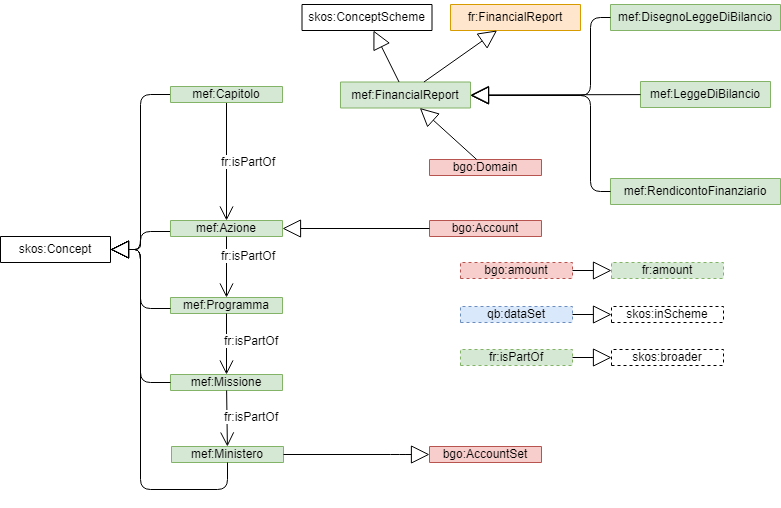
The draw.io diagram fr-ap-mef/uml-diagram.png in g0v-it/data-budget, before a commit. Source tidied: cells renumbered, new cells last; positions are measured from the earlier drawing's top-left corner, leaving out a move shared by most shapes. Source of this version:
```xml
<mxGraphModel>
  <root>
    <mxCell id="0" />
    <mxCell id="1" parent="0" />
    <mxCell id="2" value="mef:FinancialReport" style="swimlane;fontStyle=0;horizontal=1;startSize=26;fillColor=#d5e8d4;swimlaneFillColor=#ffffff;strokeWidth=1;strokeColor=#82b366;" parent="1" vertex="1" collapsed="1">
      <mxGeometry x="340" y="77.5" width="130" height="26" as="geometry" />
    </mxCell>
    <mxCell id="3" style="edgeStyle=orthogonalEdgeStyle;rounded=0;html=1;exitX=1;exitY=0.25;entryX=1;entryY=0.25;jettySize=auto;orthogonalLoop=1;" parent="1" edge="1">
      <mxGeometry relative="1" as="geometry">
        <mxPoint x="104" y="83" as="sourcePoint" />
        <mxPoint x="104" y="83" as="targetPoint" />
      </mxGeometry>
    </mxCell>
    <mxCell id="4" value="skos:Concept" style="swimlane;fontStyle=0;horizontal=1;startSize=26;swimlaneFillColor=#ffffff;" parent="1" vertex="1" collapsed="1">
      <mxGeometry y="232" width="110" height="26" as="geometry" />
    </mxCell>
    <mxCell id="5" style="endArrow=block;endSize=16;endFill=0;html=1;edgeStyle=orthogonalEdgeStyle;" parent="1" edge="1" source="9" target="4">
      <mxGeometry relative="1" as="geometry">
        <Array as="points">
          <mxPoint x="140" y="90" />
          <mxPoint x="140" y="245" />
        </Array>
      </mxGeometry>
    </mxCell>
    <mxCell id="6" style="endArrow=block;endSize=16;endFill=0;html=1;edgeStyle=orthogonalEdgeStyle;" parent="1" edge="1" source="10" target="4">
      <mxGeometry relative="1" as="geometry">
        <Array as="points">
          <mxPoint x="140" y="227" />
          <mxPoint x="140" y="245" />
        </Array>
      </mxGeometry>
    </mxCell>
    <mxCell id="7" style="endArrow=open;endFill=1;endSize=12;html=1;" parent="1" edge="1" source="9" target="10">
      <mxGeometry relative="1" as="geometry" />
    </mxCell>
    <mxCell id="8" value="fr:isPartOf" style="text;html=1;align=center;verticalAlign=middle;labelBackgroundColor=#ffffff;" parent="7" vertex="1">
      <mxGeometry x="0.4" y="-5" relative="1" as="geometry">
        <mxPoint x="26.5" y="-24.5" as="offset" />
      </mxGeometry>
    </mxCell>
    <mxCell id="9" value="mef:Capitolo" style="swimlane;fontStyle=0;horizontal=1;startSize=19;fillColor=#d5e8d4;swimlaneFillColor=#ffffff;strokeColor=#82b366;" parent="1" vertex="1" collapsed="1">
      <mxGeometry x="170" y="82" width="112" height="16" as="geometry" />
    </mxCell>
    <mxCell id="10" value="mef:Azione" style="swimlane;fontStyle=0;horizontal=1;startSize=19;fillColor=#d5e8d4;swimlaneFillColor=#ffffff;strokeColor=#82b366;" parent="1" vertex="1" collapsed="1">
      <mxGeometry x="170" y="216" width="112" height="16" as="geometry" />
    </mxCell>
    <mxCell id="11" value="mef:Programma" style="swimlane;fontStyle=0;horizontal=1;startSize=19;fillColor=#d5e8d4;swimlaneFillColor=#ffffff;strokeColor=#82b366;" parent="1" vertex="1" collapsed="1">
      <mxGeometry x="170" y="293" width="112" height="16" as="geometry" />
    </mxCell>
    <mxCell id="12" value="mef:Missione" style="swimlane;fontStyle=0;horizontal=1;startSize=19;fillColor=#d5e8d4;swimlaneFillColor=#ffffff;strokeColor=#82b366;" parent="1" vertex="1" collapsed="1">
      <mxGeometry x="170" y="370" width="112" height="16" as="geometry" />
    </mxCell>
    <mxCell id="13" value="mef:Ministero" style="swimlane;fontStyle=0;horizontal=1;startSize=19;fillColor=#d5e8d4;swimlaneFillColor=#ffffff;strokeColor=#82b366;" parent="1" vertex="1" collapsed="1">
      <mxGeometry x="171" y="442" width="112" height="16" as="geometry" />
    </mxCell>
    <mxCell id="14" style="endArrow=open;endFill=1;endSize=12;html=1;" parent="1" edge="1" source="10" target="11">
      <mxGeometry relative="1" as="geometry" />
    </mxCell>
    <mxCell id="15" value="fr:isPartOf" style="text;html=1;align=center;verticalAlign=middle;labelBackgroundColor=#ffffff;" parent="14" vertex="1">
      <mxGeometry x="0.4" y="-5" relative="1" as="geometry">
        <mxPoint x="26.5" y="-24.5" as="offset" />
      </mxGeometry>
    </mxCell>
    <mxCell id="16" style="endArrow=open;endFill=1;endSize=12;html=1;" parent="1" edge="1" source="11" target="12">
      <mxGeometry relative="1" as="geometry" />
    </mxCell>
    <mxCell id="17" value="fr:isPartOf" style="text;html=1;align=center;verticalAlign=middle;labelBackgroundColor=#ffffff;" parent="16" vertex="1">
      <mxGeometry x="0.4" y="-5" relative="1" as="geometry">
        <mxPoint x="29" y="-17" as="offset" />
      </mxGeometry>
    </mxCell>
    <mxCell id="18" style="endArrow=open;endFill=1;endSize=12;html=1;" parent="1" edge="1" source="12" target="13">
      <mxGeometry relative="1" as="geometry" />
    </mxCell>
    <mxCell id="19" value="fr:isPartOf" style="text;html=1;align=center;verticalAlign=middle;labelBackgroundColor=#ffffff;" parent="18" vertex="1">
      <mxGeometry x="0.4" y="-5" relative="1" as="geometry">
        <mxPoint x="28.5" y="-14" as="offset" />
      </mxGeometry>
    </mxCell>
    <mxCell id="20" style="endArrow=block;endSize=16;endFill=0;html=1;edgeStyle=orthogonalEdgeStyle;" parent="1" edge="1" source="12" target="4">
      <mxGeometry relative="1" as="geometry">
        <Array as="points">
          <mxPoint x="140" y="378" />
          <mxPoint x="140" y="245" />
        </Array>
      </mxGeometry>
    </mxCell>
    <mxCell id="21" style="endArrow=block;endSize=16;endFill=0;html=1;edgeStyle=orthogonalEdgeStyle;" parent="1" edge="1" source="11" target="4">
      <mxGeometry relative="1" as="geometry">
        <Array as="points">
          <mxPoint x="140" y="304" />
          <mxPoint x="140" y="245" />
        </Array>
      </mxGeometry>
    </mxCell>
    <mxCell id="22" style="endArrow=block;endSize=16;endFill=0;html=1;edgeStyle=orthogonalEdgeStyle;" parent="1" edge="1" source="13" target="4">
      <mxGeometry relative="1" as="geometry">
        <Array as="points">
          <mxPoint x="227" y="485" />
          <mxPoint x="140" y="485" />
          <mxPoint x="140" y="245" />
        </Array>
      </mxGeometry>
    </mxCell>
    <mxCell id="23" value="mef:LeggeDiBilancio" style="swimlane;fontStyle=0;horizontal=1;startSize=26;fillColor=#d5e8d4;swimlaneFillColor=#ffffff;strokeWidth=1;strokeColor=#82b366;" parent="1" vertex="1" collapsed="1">
      <mxGeometry x="640" y="77" width="130" height="26" as="geometry" />
    </mxCell>
    <mxCell id="24" value="mef:DisegnoLeggeDiBilancio" style="swimlane;fontStyle=0;horizontal=1;startSize=26;fillColor=#d5e8d4;swimlaneFillColor=#ffffff;strokeWidth=1;strokeColor=#82b366;" parent="1" vertex="1" collapsed="1">
      <mxGeometry x="610" width="170" height="26" as="geometry" />
    </mxCell>
    <mxCell id="25" value="mef:RendicontoFinanziario" style="swimlane;fontStyle=0;horizontal=1;startSize=26;fillColor=#d5e8d4;swimlaneFillColor=#ffffff;strokeWidth=1;strokeColor=#82b366;" parent="1" vertex="1" collapsed="1">
      <mxGeometry x="610" y="174" width="170" height="26" as="geometry" />
    </mxCell>
    <mxCell id="26" style="endArrow=block;endSize=16;endFill=0;html=1;" parent="1" edge="1" source="23" target="2">
      <mxGeometry relative="1" as="geometry" />
    </mxCell>
    <mxCell id="27" style="endArrow=block;endSize=16;endFill=0;html=1;edgeStyle=orthogonalEdgeStyle;" parent="1" edge="1" source="24" target="2">
      <mxGeometry relative="1" as="geometry">
        <Array as="points">
          <mxPoint x="590" y="13" />
          <mxPoint x="590" y="91" />
        </Array>
      </mxGeometry>
    </mxCell>
    <mxCell id="28" style="endArrow=block;endSize=16;endFill=0;html=1;edgeStyle=orthogonalEdgeStyle;" parent="1" edge="1" source="25" target="2">
      <mxGeometry relative="1" as="geometry">
        <Array as="points">
          <mxPoint x="590" y="187" />
          <mxPoint x="590" y="91" />
        </Array>
      </mxGeometry>
    </mxCell>
    <mxCell id="29" value="fr:FinancialReport" style="swimlane;fontStyle=0;horizontal=1;startSize=26;fillColor=#ffe6cc;swimlaneFillColor=#ffffff;strokeWidth=1;strokeColor=#d79b00;" parent="1" vertex="1" collapsed="1">
      <mxGeometry x="450" width="130" height="26" as="geometry" />
    </mxCell>
    <mxCell id="30" style="endArrow=block;endSize=16;endFill=0;html=1;" parent="1" edge="1" source="2" target="29">
      <mxGeometry relative="1" as="geometry" />
    </mxCell>
    <mxCell id="31" value="bgo:Account" style="swimlane;fontStyle=0;horizontal=1;startSize=19;fillColor=#f8cecc;swimlaneFillColor=#ffffff;strokeColor=#b85450;" parent="1" vertex="1" collapsed="1">
      <mxGeometry x="429" y="216" width="112" height="16" as="geometry" />
    </mxCell>
    <mxCell id="32" style="endArrow=block;endSize=16;endFill=0;html=1;" parent="1" edge="1" source="31" target="10">
      <mxGeometry relative="1" as="geometry" />
    </mxCell>
    <mxCell id="33" value="bgo:AccountSet" style="swimlane;fontStyle=0;horizontal=1;startSize=19;fillColor=#f8cecc;swimlaneFillColor=#ffffff;strokeColor=#b85450;" parent="1" vertex="1" collapsed="1">
      <mxGeometry x="429" y="442" width="112" height="16" as="geometry" />
    </mxCell>
    <mxCell id="34" style="endArrow=block;endSize=16;endFill=0;html=1;edgeStyle=orthogonalEdgeStyle;" parent="1" edge="1" source="13" target="33">
      <mxGeometry relative="1" as="geometry">
        <Array as="points">
          <mxPoint x="400" y="450" />
          <mxPoint x="400" y="450" />
        </Array>
      </mxGeometry>
    </mxCell>
    <mxCell id="35" value="bgo:Domain" style="swimlane;fontStyle=0;horizontal=1;startSize=19;fillColor=#f8cecc;swimlaneFillColor=#ffffff;strokeColor=#b85450;" parent="1" vertex="1" collapsed="1">
      <mxGeometry x="429" y="155" width="112" height="16" as="geometry" />
    </mxCell>
    <mxCell id="36" style="endArrow=block;endSize=16;endFill=0;html=1;" parent="1" edge="1" source="35" target="2">
      <mxGeometry relative="1" as="geometry" />
    </mxCell>
    <mxCell id="37" value="skos:ConceptScheme" style="swimlane;fontStyle=0;horizontal=1;startSize=26;swimlaneFillColor=#ffffff;" parent="1" vertex="1" collapsed="1">
      <mxGeometry x="301.5" width="130" height="26" as="geometry" />
    </mxCell>
    <mxCell id="38" style="endArrow=block;endSize=16;endFill=0;html=1;" parent="1" edge="1" source="2" target="37">
      <mxGeometry relative="1" as="geometry" />
    </mxCell>
    <mxCell id="39" value="bgo:amount" style="swimlane;fontStyle=0;horizontal=1;startSize=19;fillColor=#f8cecc;swimlaneFillColor=#ffffff;strokeColor=#b85450;dashed=1;" parent="1" vertex="1" collapsed="1">
      <mxGeometry x="460" y="258" width="112" height="16" as="geometry" />
    </mxCell>
    <mxCell id="40" value="fr:amount" style="swimlane;fontStyle=0;horizontal=1;startSize=19;fillColor=#d5e8d4;swimlaneFillColor=#ffffff;strokeColor=#82b366;dashed=1;" parent="1" vertex="1" collapsed="1">
      <mxGeometry x="611" y="258" width="112" height="16" as="geometry" />
    </mxCell>
    <mxCell id="41" style="endArrow=block;endSize=16;endFill=0;html=1;" parent="1" edge="1" source="39" target="40">
      <mxGeometry relative="1" as="geometry" />
    </mxCell>
    <mxCell id="42" value="qb:dataSet" style="swimlane;fontStyle=0;horizontal=1;startSize=19;fillColor=#dae8fc;swimlaneFillColor=#ffffff;strokeColor=#6c8ebf;dashed=1;" parent="1" vertex="1" collapsed="1">
      <mxGeometry x="460" y="302" width="112" height="16" as="geometry" />
    </mxCell>
    <mxCell id="43" value="skos:inScheme" style="swimlane;fontStyle=0;horizontal=1;startSize=19;swimlaneFillColor=#ffffff;dashed=1;" parent="1" vertex="1" collapsed="1">
      <mxGeometry x="611" y="302" width="112" height="16" as="geometry" />
    </mxCell>
    <mxCell id="44" style="endArrow=block;endSize=16;endFill=0;html=1;" parent="1" edge="1" source="42" target="43">
      <mxGeometry relative="1" as="geometry" />
    </mxCell>
    <mxCell id="45" value="fr:isPartOf" style="swimlane;fontStyle=0;horizontal=1;startSize=19;fillColor=#d5e8d4;swimlaneFillColor=#ffffff;strokeColor=#82b366;dashed=1;" parent="1" vertex="1" collapsed="1">
      <mxGeometry x="460" y="345" width="112" height="16" as="geometry" />
    </mxCell>
    <mxCell id="46" value="skos:broader" style="swimlane;fontStyle=0;horizontal=1;startSize=19;swimlaneFillColor=#ffffff;dashed=1;" parent="1" vertex="1" collapsed="1">
      <mxGeometry x="611" y="345" width="112" height="16" as="geometry" />
    </mxCell>
    <mxCell id="47" style="endArrow=block;endSize=16;endFill=0;html=1;" parent="1" edge="1" source="45" target="46">
      <mxGeometry relative="1" as="geometry" />
    </mxCell>
  </root>
</mxGraphModel>
```
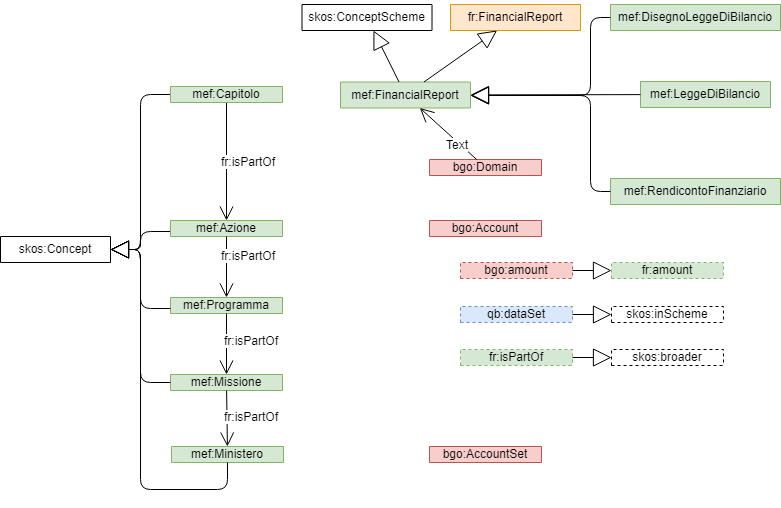
After the change.

The edit, as a diff of the source:
```diff
@@ -139,26 +139,12 @@
     <mxCell id="31" value="bgo:Account" style="swimlane;fontStyle=0;horizontal=1;startSize=19;fillColor=#f8cecc;swimlaneFillColor=#ffffff;strokeColor=#b85450;" parent="1" vertex="1" collapsed="1">
       <mxGeometry x="429" y="216" width="112" height="16" as="geometry" />
     </mxCell>
-    <mxCell id="32" style="endArrow=block;endSize=16;endFill=0;html=1;" parent="1" edge="1" source="31" target="10">
-      <mxGeometry relative="1" as="geometry" />
-    </mxCell>
     <mxCell id="33" value="bgo:AccountSet" style="swimlane;fontStyle=0;horizontal=1;startSize=19;fillColor=#f8cecc;swimlaneFillColor=#ffffff;strokeColor=#b85450;" parent="1" vertex="1" collapsed="1">
       <mxGeometry x="429" y="442" width="112" height="16" as="geometry" />
     </mxCell>
-    <mxCell id="34" style="endArrow=block;endSize=16;endFill=0;html=1;edgeStyle=orthogonalEdgeStyle;" parent="1" edge="1" source="13" target="33">
-      <mxGeometry relative="1" as="geometry">
-        <Array as="points">
-          <mxPoint x="400" y="450" />
-          <mxPoint x="400" y="450" />
-        </Array>
-      </mxGeometry>
-    </mxCell>
     <mxCell id="35" value="bgo:Domain" style="swimlane;fontStyle=0;horizontal=1;startSize=19;fillColor=#f8cecc;swimlaneFillColor=#ffffff;strokeColor=#b85450;" parent="1" vertex="1" collapsed="1">
       <mxGeometry x="429" y="155" width="112" height="16" as="geometry" />
     </mxCell>
-    <mxCell id="36" style="endArrow=block;endSize=16;endFill=0;html=1;" parent="1" edge="1" source="35" target="2">
-      <mxGeometry relative="1" as="geometry" />
-    </mxCell>
     <mxCell id="37" value="skos:ConceptScheme" style="swimlane;fontStyle=0;horizontal=1;startSize=26;swimlaneFillColor=#ffffff;" parent="1" vertex="1" collapsed="1">
       <mxGeometry x="301.5" width="130" height="26" as="geometry" />
     </mxCell>
@@ -192,5 +178,11 @@
     <mxCell id="47" style="endArrow=block;endSize=16;endFill=0;html=1;" parent="1" edge="1" source="45" target="46">
       <mxGeometry relative="1" as="geometry" />
     </mxCell>
+    <mxCell id="36" style="endArrow=open;endFill=1;endSize=12;html=1;" parent="1" edge="1" source="35" target="2">
+      <mxGeometry relative="1" as="geometry" />
+    </mxCell>
+    <mxCell id="48" value="Text" style="text;html=1;align=center;verticalAlign=middle;labelBackgroundColor=#ffffff;" parent="36" vertex="1">
+      <mxGeometry x="-0.35" y="2" relative="1" as="geometry" />
+    </mxCell>
   </root>
 </mxGraphModel>
```
